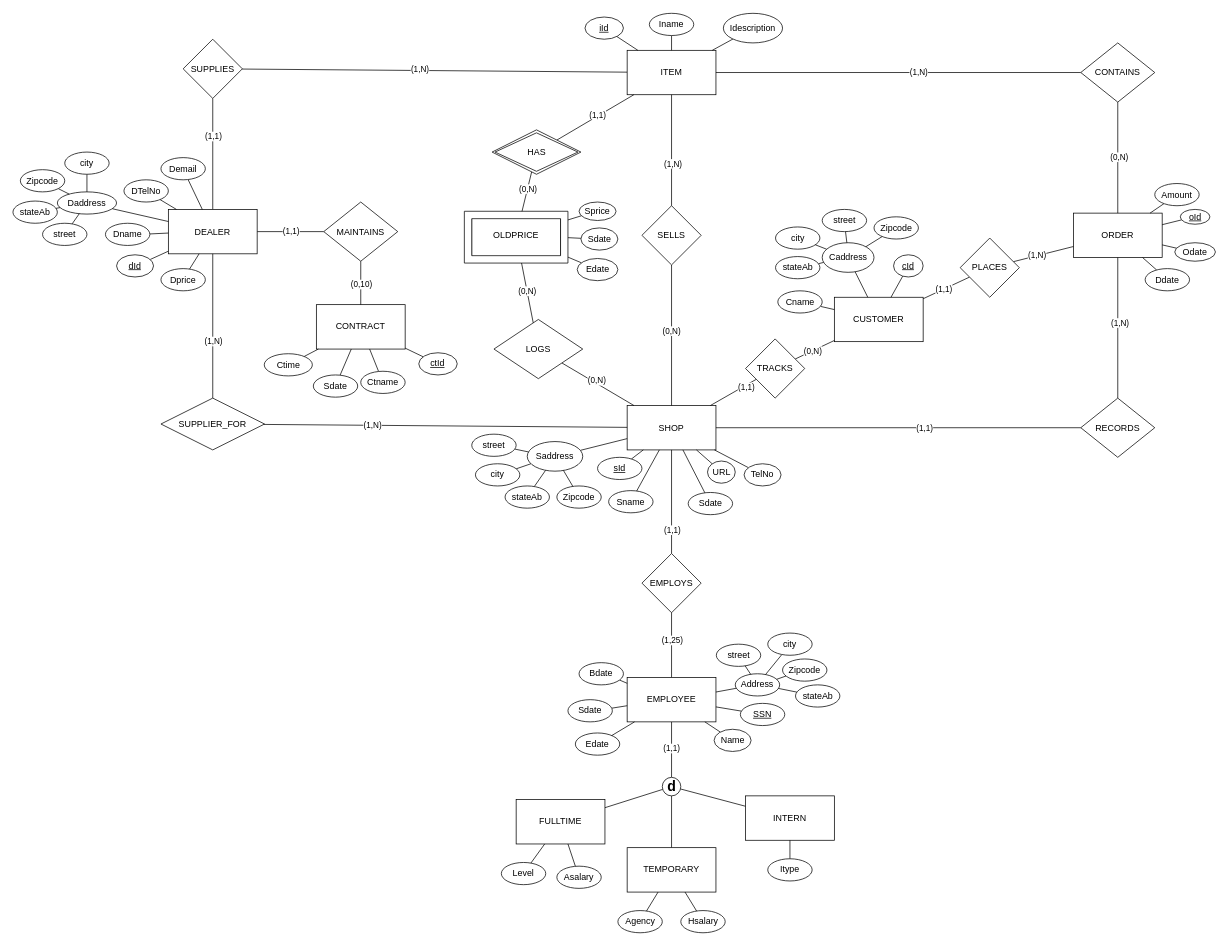
This is EER_Diagram.drawio from n1ck007/cse3330_project, a draw.io file, before an edit. Source tidied: cells renumbered, new cells numbered last; positions are measured from the earlier drawing's top-left corner, leaving out a move shared by most shapes. Both pictures are drawn from the tidied source at 74%, with x=0, y=0 at pixel (13, 13).
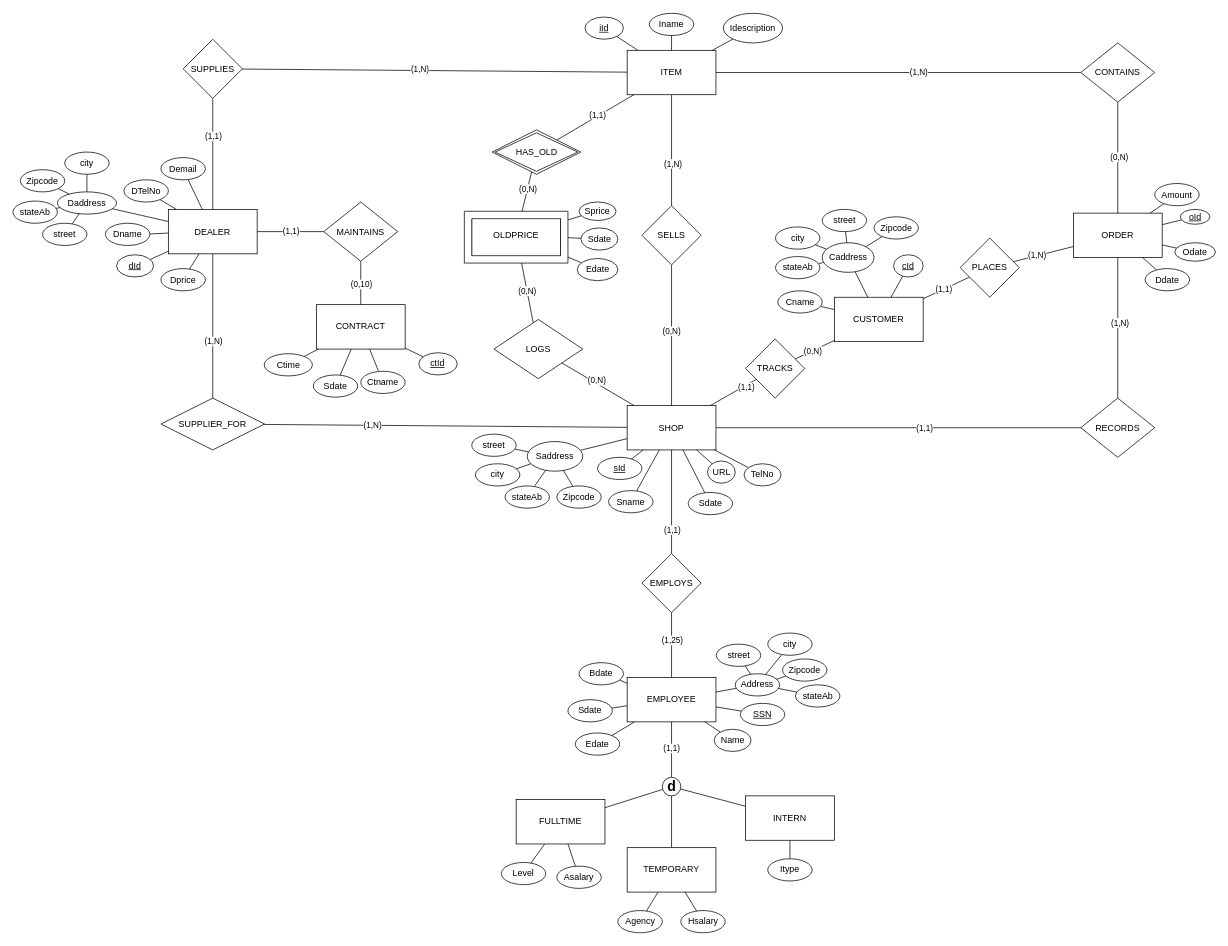
After the change.

What changed in the source:
```diff
@@
-    <mxCell id="186" value="HAS" style="shape=rhombus;double=1;perimeter=rhombusPerimeter;whiteSpace=wrap;html=1;align=center;" parent="1" vertex="1">
+    <mxCell id="186" value="HAS_OLD" style="shape=rhombus;double=1;perimeter=rhombusPerimeter;whiteSpace=wrap;html=1;align=center;" parent="1" vertex="1">
       <mxGeometry x="647.5" y="158" width="120" height="60" as="geometry" />
     </mxCell>
```
